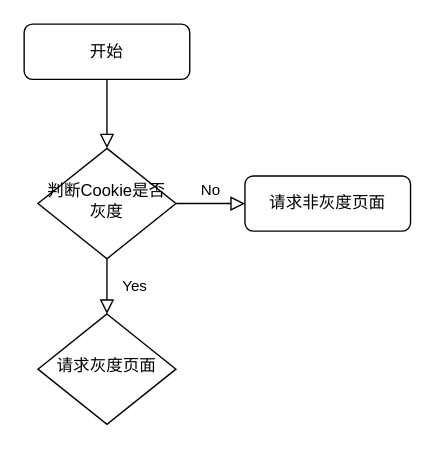
This is 未命名绘图.drawio from VikiLee/wechat_share, a draw.io file, before an edit. Source tidied: cells renumbered, new cells numbered last; positions are measured from the earlier drawing's top-left corner, leaving out a move shared by most shapes. Both pictures are drawn from the tidied source at 138%, with x=0, y=0 at pixel (23, 23).
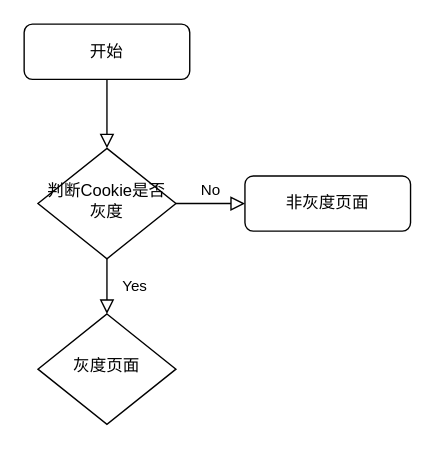
The same page after the edit.

Commit message:
更新未命名绘图.drawio

The edit, as a diff of the source:
```diff
@@
 <mxGraphModel>
   <root>
     <mxCell id="0" />
     <mxCell id="1" parent="0" />
     <mxCell id="2" style="rounded=0;html=1;jettySize=auto;fontSize=11;endArrow=block;endFill=0;endSize=8;strokeWidth=1;shadow=0;labelBackgroundColor=none;edgeStyle=orthogonalEdgeStyle;" parent="1" edge="1" source="3" target="6">
       <mxGeometry relative="1" as="geometry" />
     </mxCell>
     <mxCell id="3" value="开始" style="rounded=1;whiteSpace=wrap;html=1;fontSize=12;glass=0;strokeWidth=1;shadow=0;" parent="1" vertex="1">
       <mxGeometry width="120" height="40" as="geometry" />
     </mxCell>
     <mxCell id="4" value="Yes" style="rounded=0;html=1;jettySize=auto;fontSize=11;endArrow=block;endFill=0;endSize=8;strokeWidth=1;shadow=0;labelBackgroundColor=none;edgeStyle=orthogonalEdgeStyle;" parent="1" edge="1" source="6" target="8">
       <mxGeometry y="20" relative="1" as="geometry" />
     </mxCell>
     <mxCell id="5" value="No" style="edgeStyle=orthogonalEdgeStyle;rounded=0;html=1;jettySize=auto;fontSize=11;endArrow=block;endFill=0;endSize=8;strokeWidth=1;shadow=0;labelBackgroundColor=none;" parent="1" edge="1" source="6" target="7">
       <mxGeometry y="10" relative="1" as="geometry" />
     </mxCell>
     <mxCell id="6" value="判断Cookie是否灰度" style="rhombus;whiteSpace=wrap;html=1;shadow=0;fontFamily=Helvetica;fontSize=12;align=center;strokeWidth=1;spacing=6;spacingTop=-4;" parent="1" vertex="1">
       <mxGeometry x="10" y="90" width="100" height="80" as="geometry" />
     </mxCell>
-    <mxCell id="7" value="请求非灰度页面" style="rounded=1;whiteSpace=wrap;html=1;fontSize=12;glass=0;strokeWidth=1;shadow=0;" parent="1" vertex="1">
+    <mxCell id="7" value="非灰度页面" style="rounded=1;whiteSpace=wrap;html=1;fontSize=12;glass=0;strokeWidth=1;shadow=0;" parent="1" vertex="1">
       <mxGeometry x="160" y="110" width="120" height="40" as="geometry" />
     </mxCell>
-    <mxCell id="8" value="请求灰度页面" style="rhombus;whiteSpace=wrap;html=1;shadow=0;fontFamily=Helvetica;fontSize=12;align=center;strokeWidth=1;spacing=6;spacingTop=-4;" parent="1" vertex="1">
+    <mxCell id="8" value="灰度页面" style="rhombus;whiteSpace=wrap;html=1;shadow=0;fontFamily=Helvetica;fontSize=12;align=center;strokeWidth=1;spacing=6;spacingTop=-4;" parent="1" vertex="1">
       <mxGeometry x="10" y="210" width="100" height="80" as="geometry" />
     </mxCell>
   </root>
 </mxGraphModel>
```
